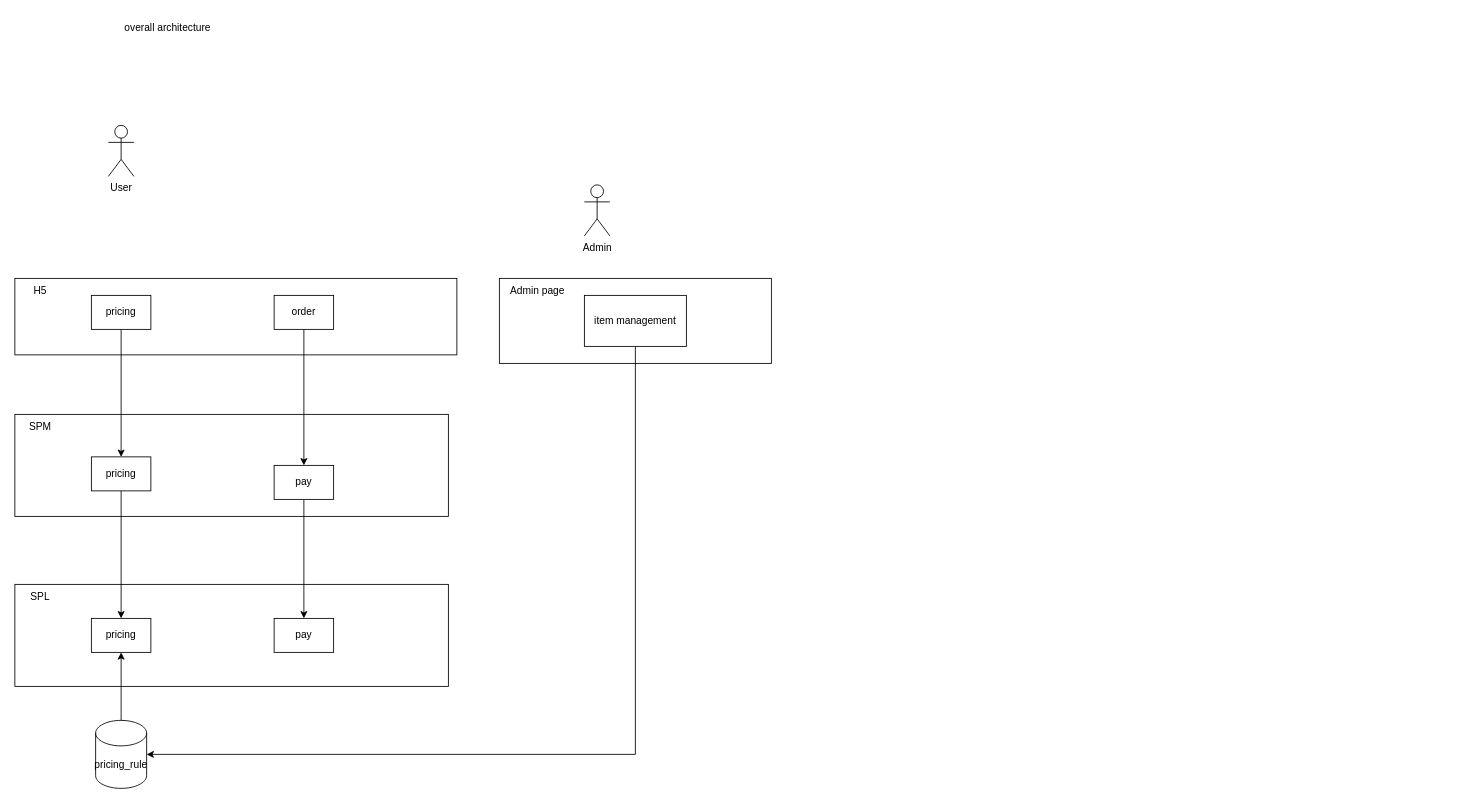
xhd2015/bog keeps this draw.io diagram as page "architecture" (1 of 2) of d-sp-since-2022.drawio. Above is the earlier version. Source tidied: cells renumbered, new cells numbered last; positions are measured from the earlier drawing's top-left corner, leaving out a move shared by most shapes. Both pictures are drawn from the tidied source at 85%, with x=0, y=0 at pixel (14, 14).
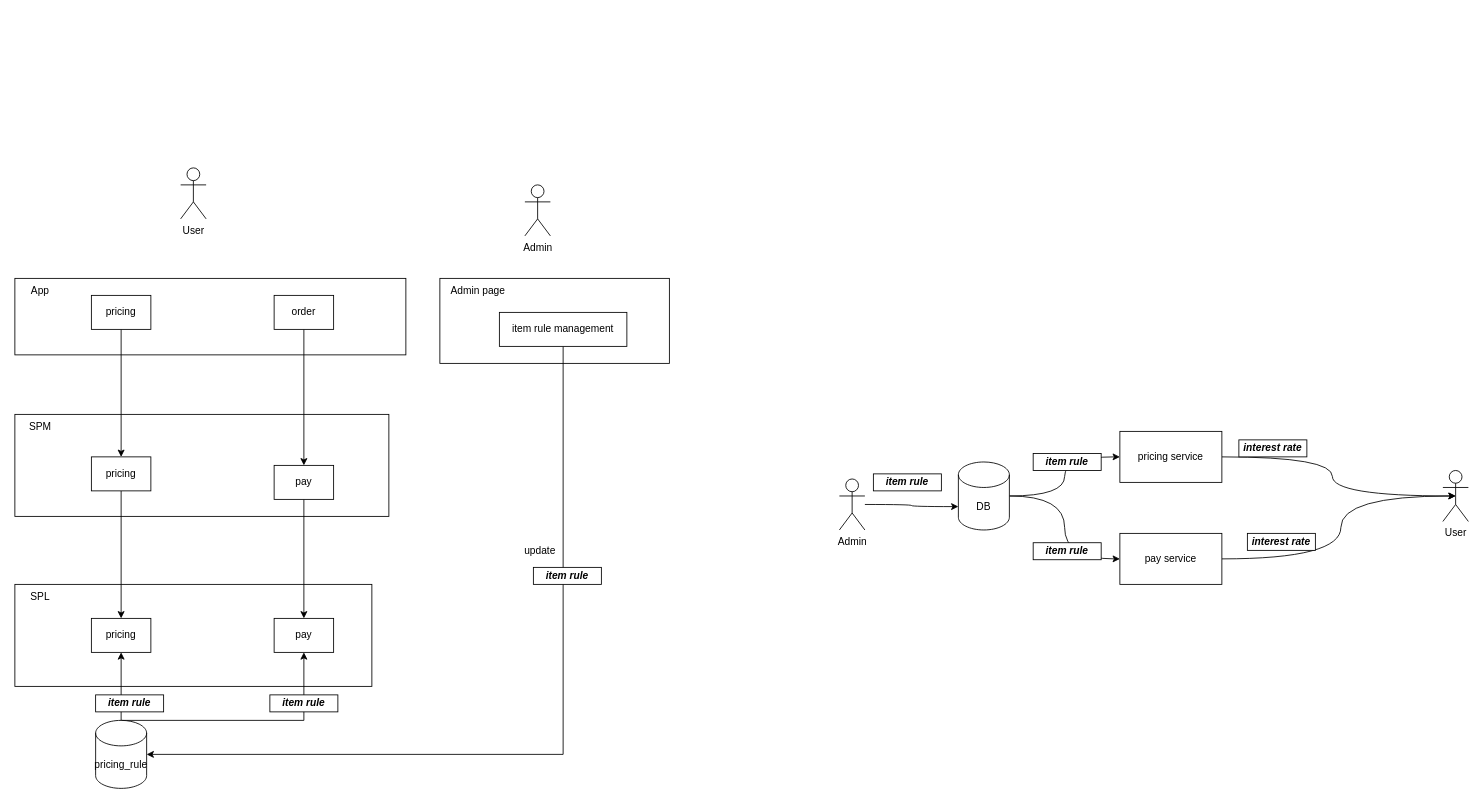
The same page after the edit.

The change refers to these unchanged cells:
```xml
<mxCell id="9" value="pricing_rule" style="shape=cylinder3;whiteSpace=wrap;html=1;boundedLbl=1;backgroundOutline=1;size=15;" parent="1" vertex="1">
  <mxGeometry x="95" y="830" width="60" height="80" as="geometry" />
</mxCell>
<mxCell id="13" value="pay" style="rounded=0;whiteSpace=wrap;html=1;" parent="1" vertex="1">
  <mxGeometry x="305" y="710" width="70" height="40" as="geometry" />
</mxCell>
```

Diff of the diagram source:
```diff
@@
     <mxCell id="2" style="rounded=0;whiteSpace=wrap;html=1;" parent="1" vertex="1">
-      <mxGeometry y="470" width="510" height="120" as="geometry" />
+      <mxGeometry y="470" width="440" height="120" as="geometry" />
     </mxCell>
@@
     <mxCell id="4" style="rounded=0;whiteSpace=wrap;html=1;" parent="1" vertex="1">
-      <mxGeometry y="310" width="520" height="90" as="geometry" />
+      <mxGeometry y="310" width="460" height="90" as="geometry" />
     </mxCell>
-    <mxCell id="5" value="H5" style="text;html=1;strokeColor=none;fillColor=none;align=center;verticalAlign=middle;whiteSpace=wrap;rounded=0;" parent="1" vertex="1">
+    <mxCell id="5" value="App" style="text;html=1;strokeColor=none;fillColor=none;align=center;verticalAlign=middle;whiteSpace=wrap;rounded=0;" parent="1" vertex="1">
       <mxGeometry y="310" width="60" height="30" as="geometry" />
     </mxCell>
     <mxCell id="6" style="rounded=0;whiteSpace=wrap;html=1;" parent="1" vertex="1">
-      <mxGeometry y="670" width="510" height="120" as="geometry" />
+      <mxGeometry y="670" width="420" height="120" as="geometry" />
     </mxCell>
@@
+    <mxCell id="27" style="edgeStyle=orthogonalEdgeStyle;rounded=0;jettySize=auto;html=1;entryX=0.5;entryY=1;entryDx=0;entryDy=0;exitX=0.5;exitY=0;exitDx=0;exitDy=0;exitPerimeter=0;" parent="1" edge="1" source="9" target="13">
+      <mxGeometry relative="1" as="geometry">
+        <Array as="points">
+          <mxPoint x="340" y="830" />
+        </Array>
+      </mxGeometry>
+    </mxCell>
@@
     <mxCell id="10" value="User" style="shape=umlActor;verticalLabelPosition=bottom;verticalAlign=top;html=1;" parent="1" vertex="1">
-      <mxGeometry x="110" y="130" width="30" height="60" as="geometry" />
+      <mxGeometry x="195" y="180" width="30" height="60" as="geometry" />
     </mxCell>
     <mxCell id="11" value="Admin" style="shape=umlActor;verticalLabelPosition=bottom;verticalAlign=top;html=1;" parent="1" vertex="1">
-      <mxGeometry x="670" y="200" width="30" height="60" as="geometry" />
+      <mxGeometry x="600" y="200" width="30" height="60" as="geometry" />
     </mxCell>
@@
     <mxCell id="22" style="rounded=0;whiteSpace=wrap;html=1;" parent="1" vertex="1">
-      <mxGeometry x="570" y="310" width="320" height="100" as="geometry" />
+      <mxGeometry x="500" y="310" width="270" height="100" as="geometry" />
     </mxCell>
     <mxCell id="23" value="Admin page" style="text;html=1;strokeColor=none;fillColor=none;align=center;verticalAlign=middle;whiteSpace=wrap;rounded=0;" parent="1" vertex="1">
-      <mxGeometry x="570" y="310" width="90" height="30" as="geometry" />
+      <mxGeometry x="500" y="310" width="90" height="30" as="geometry" />
     </mxCell>
-    <mxCell id="24" style="edgeStyle=orthogonalEdgeStyle;rounded=0;jettySize=auto;html=1;entryX=1;entryY=0.5;entryDx=0;entryDy=0;entryPerimeter=0;" parent="1" edge="1" source="25" target="9">
+    <mxCell id="24" style="edgeStyle=orthogonalEdgeStyle;rounded=0;jettySize=auto;html=1;entryX=1;entryY=0.5;entryDx=0;entryDy=0;entryPerimeter=0;exitX=0.5;exitY=1;exitDx=0;exitDy=0;" parent="1" edge="1" source="25" target="9">
       <mxGeometry relative="1" as="geometry">
         <Array as="points">
-          <mxPoint x="730" y="870" />
+          <mxPoint x="645" y="870" />
         </Array>
       </mxGeometry>
     </mxCell>
-    <mxCell id="25" value="item management" style="rounded=0;whiteSpace=wrap;html=1;" parent="1" vertex="1">
-      <mxGeometry x="670" y="330" width="120" height="60" as="geometry" />
+    <mxCell id="25" value="item rule management" style="rounded=0;whiteSpace=wrap;html=1;" parent="1" vertex="1">
+      <mxGeometry x="570" y="350" width="150" height="40" as="geometry" />
     </mxCell>
-    <mxCell id="26" value="overall architecture" style="text;html=1;strokeColor=none;fillColor=none;align=center;verticalAlign=middle;whiteSpace=wrap;rounded=0;" parent="1" vertex="1">
-      <mxGeometry x="80" width="200" height="30" as="geometry" />
-    </mxCell>
+    <mxCell id="28" value="item rule" style="rounded=0;whiteSpace=wrap;html=1;fontStyle=3;" parent="1" vertex="1">
+      <mxGeometry x="610" y="650" width="80" height="20" as="geometry" />
+    </mxCell>
+    <mxCell id="29" value="item rule" style="rounded=0;whiteSpace=wrap;html=1;fontStyle=3;" parent="1" vertex="1">
+      <mxGeometry x="300" y="800" width="80" height="20" as="geometry" />
+    </mxCell>
+    <mxCell id="30" value="item rule" style="rounded=0;whiteSpace=wrap;html=1;fontStyle=3;" parent="1" vertex="1">
+      <mxGeometry x="95" y="800" width="80" height="20" as="geometry" />
+    </mxCell>
+    <mxCell id="31" value="update" style="text;html=1;strokeColor=none;fillColor=none;align=center;verticalAlign=middle;whiteSpace=wrap;rounded=0;" parent="1" vertex="1">
+      <mxGeometry x="588" y="616" width="60" height="30" as="geometry" />
+    </mxCell>
+    <mxCell id="32" style="edgeStyle=orthogonalEdgeStyle;rounded=0;jettySize=auto;html=1;entryX=0;entryY=0;entryDx=0;entryDy=52.5;entryPerimeter=0;curved=1;" parent="1" edge="1" source="33" target="36">
+      <mxGeometry relative="1" as="geometry" />
+    </mxCell>
+    <mxCell id="33" value="Admin" style="shape=umlActor;verticalLabelPosition=bottom;verticalAlign=top;html=1;outlineConnect=0;" parent="1" vertex="1">
+      <mxGeometry x="970" y="546" width="30" height="60" as="geometry" />
+    </mxCell>
+    <mxCell id="34" style="edgeStyle=orthogonalEdgeStyle;curved=1;rounded=0;jettySize=auto;html=1;entryX=0;entryY=0.5;entryDx=0;entryDy=0;" parent="1" edge="1" source="36" target="40">
+      <mxGeometry relative="1" as="geometry" />
+    </mxCell>
+    <mxCell id="35" style="edgeStyle=orthogonalEdgeStyle;curved=1;rounded=0;jettySize=auto;html=1;entryX=0;entryY=0.5;entryDx=0;entryDy=0;" parent="1" edge="1" source="36" target="38">
+      <mxGeometry relative="1" as="geometry" />
+    </mxCell>
+    <mxCell id="36" value="DB" style="shape=cylinder3;whiteSpace=wrap;html=1;boundedLbl=1;backgroundOutline=1;size=15;" parent="1" vertex="1">
+      <mxGeometry x="1110" y="526" width="60" height="80" as="geometry" />
+    </mxCell>
+    <mxCell id="37" style="edgeStyle=orthogonalEdgeStyle;curved=1;rounded=0;jettySize=auto;html=1;entryX=0.5;entryY=0.5;entryDx=0;entryDy=0;entryPerimeter=0;" parent="1" edge="1" source="38" target="44">
+      <mxGeometry relative="1" as="geometry" />
+    </mxCell>
+    <mxCell id="38" value="pricing service" style="rounded=0;whiteSpace=wrap;html=1;" parent="1" vertex="1">
+      <mxGeometry x="1300" y="490" width="120" height="60" as="geometry" />
+    </mxCell>
+    <mxCell id="39" style="edgeStyle=orthogonalEdgeStyle;curved=1;rounded=0;jettySize=auto;html=1;entryX=0.5;entryY=0.5;entryDx=0;entryDy=0;entryPerimeter=0;" parent="1" edge="1" source="40" target="44">
+      <mxGeometry relative="1" as="geometry">
+        <Array as="points">
+          <mxPoint x="1560" y="640" />
+          <mxPoint x="1560" y="566" />
+        </Array>
+      </mxGeometry>
+    </mxCell>
+    <mxCell id="40" value="pay service" style="rounded=0;whiteSpace=wrap;html=1;" parent="1" vertex="1">
+      <mxGeometry x="1300" y="610" width="120" height="60" as="geometry" />
+    </mxCell>
+    <mxCell id="41" value="item rule" style="rounded=0;whiteSpace=wrap;html=1;fontStyle=3;" parent="1" vertex="1">
+      <mxGeometry x="1010" y="540" width="80" height="20" as="geometry" />
+    </mxCell>
+    <mxCell id="42" value="item rule" style="rounded=0;whiteSpace=wrap;html=1;fontStyle=3;" parent="1" vertex="1">
+      <mxGeometry x="1198" y="516" width="80" height="20" as="geometry" />
+    </mxCell>
+    <mxCell id="43" value="item rule" style="rounded=0;whiteSpace=wrap;html=1;fontStyle=3;" parent="1" vertex="1">
+      <mxGeometry x="1198" y="621" width="80" height="20" as="geometry" />
+    </mxCell>
+    <mxCell id="44" value="User" style="shape=umlActor;verticalLabelPosition=bottom;verticalAlign=top;html=1;outlineConnect=0;" parent="1" vertex="1">
+      <mxGeometry x="1680" y="536" width="30" height="60" as="geometry" />
+    </mxCell>
+    <mxCell id="45" value="interest rate" style="rounded=0;whiteSpace=wrap;html=1;fontStyle=3;" parent="1" vertex="1">
+      <mxGeometry x="1440" y="500" width="80" height="20" as="geometry" />
+    </mxCell>
+    <mxCell id="46" value="interest rate" style="rounded=0;whiteSpace=wrap;html=1;fontStyle=3;" parent="1" vertex="1">
+      <mxGeometry x="1450" y="610" width="80" height="20" as="geometry" />
+    </mxCell>
```
